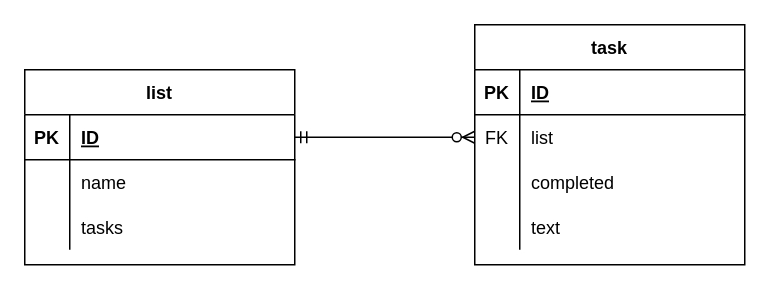
The draw.io diagram documentation/dbERD.drawio in syminical/BeyondMD-dockerized-Django-Postgres-Twilio-App, before the edit. Source tidied: cells renumbered, new cells numbered last; positions are measured from the earlier drawing's top-left corner, leaving out a move shared by most shapes. Both pictures are drawn from the tidied source at 150%, with x=0, y=0 at pixel (24, 24).
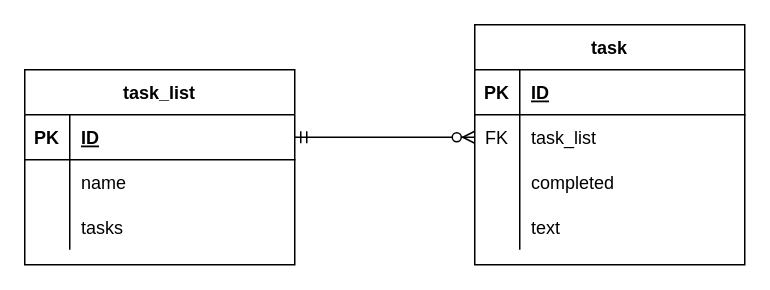
Above is the later version.

Commit message:
renamed list table to task_list

The change refers to these unchanged cells:
```xml
<mxCell id="16" style="shape=partialRectangle;fillColor=none;top=0;left=0;bottom=0;right=0;points=[[0,0.5],[1,0.5]];portConstraint=eastwest;" parent="12" vertex="1">
  <mxGeometry y="60" width="180" height="30" as="geometry" />
</mxCell>
```

What changed in the source:
```diff
@@
-    <mxCell id="2" value="list" style="shape=table;startSize=30;childLayout=tableLayout;rowLines=0;fontStyle=1;align=center;" parent="1" vertex="1">
+    <mxCell id="2" value="task_list" style="shape=table;startSize=30;childLayout=tableLayout;rowLines=0;fontStyle=1;align=center;" parent="1" vertex="1">
       <mxGeometry y="30" width="180" height="130" as="geometry" />
     </mxCell>
@@
-    <mxCell id="18" value="list" style="shape=partialRectangle;fillColor=none;top=0;left=0;bottom=0;right=0;align=left;spacingLeft=6;overflow=hidden;" parent="16" vertex="1">
+    <mxCell id="18" value="task_list" style="shape=partialRectangle;fillColor=none;top=0;left=0;bottom=0;right=0;align=left;spacingLeft=6;overflow=hidden;" parent="16" vertex="1">
       <mxGeometry x="30" width="150" height="30" as="geometry" />
     </mxCell>
```
